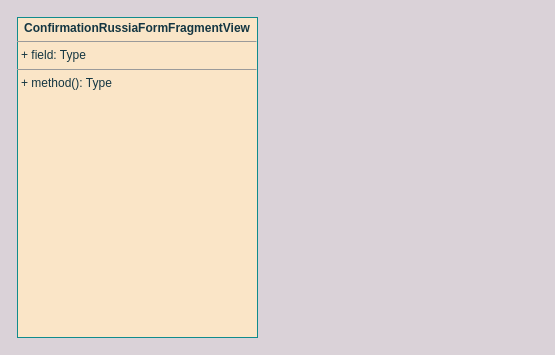
Earlier version of the draw.io diagram UNI-16762.drawio (ShiryaevNikolay/diagrams). Source tidied: cells renumbered, new cells numbered last; positions are measured from the earlier drawing's top-left corner, leaving out a move shared by most shapes. Both pictures are drawn from the tidied source at 100%, with x=0, y=0 at pixel (17, 17).
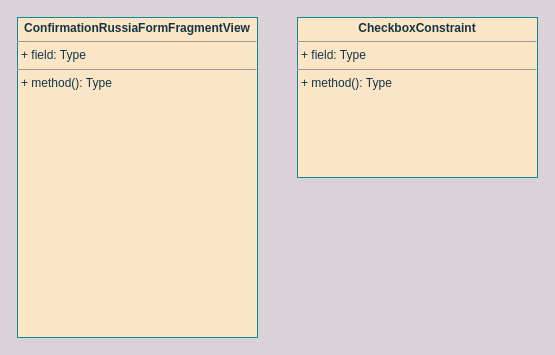
Above is the later version.

Diff of the diagram source:
```diff
@@
 <mxGraphModel background="#DAD2D8">
   <root>
     <mxCell id="0" />
     <mxCell id="1" parent="0" />
     <mxCell id="2" value="&lt;p style=&quot;margin:0px;margin-top:4px;text-align:center;&quot;&gt;&lt;b&gt;ConfirmationRussiaFormFragmentView&lt;/b&gt;&lt;/p&gt;&lt;hr size=&quot;1&quot;&gt;&lt;p style=&quot;margin:0px;margin-left:4px;&quot;&gt;+ field: Type&lt;/p&gt;&lt;hr size=&quot;1&quot;&gt;&lt;p style=&quot;margin:0px;margin-left:4px;&quot;&gt;+ method(): Type&lt;/p&gt;" style="verticalAlign=top;align=left;overflow=fill;fontSize=12;fontFamily=Helvetica;html=1;rounded=0;sketch=0;fontColor=#143642;strokeColor=#0F8B8D;fillColor=#FAE5C7;" parent="1" vertex="1">
       <mxGeometry width="240" height="320" as="geometry" />
     </mxCell>
+    <mxCell id="3" value="&lt;p style=&quot;margin:0px;margin-top:4px;text-align:center;&quot;&gt;&lt;b&gt;CheckboxConstraint&lt;/b&gt;&lt;br&gt;&lt;/p&gt;&lt;hr size=&quot;1&quot;&gt;&lt;p style=&quot;margin:0px;margin-left:4px;&quot;&gt;+ field: Type&lt;/p&gt;&lt;hr size=&quot;1&quot;&gt;&lt;p style=&quot;margin:0px;margin-left:4px;&quot;&gt;+ method(): Type&lt;/p&gt;" style="verticalAlign=top;align=left;overflow=fill;fontSize=12;fontFamily=Helvetica;html=1;rounded=0;sketch=0;fontColor=#143642;strokeColor=#0F8B8D;fillColor=#FAE5C7;" parent="1" vertex="1">
+      <mxGeometry x="280" width="240" height="160" as="geometry" />
+    </mxCell>
   </root>
 </mxGraphModel>
```
